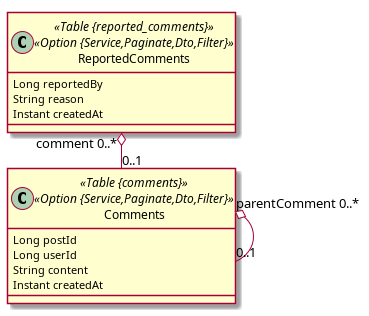
This is infra/db/jdl/comment_db.png from phungle2508/AppF4, a PlantUML export, as it was before one commit.
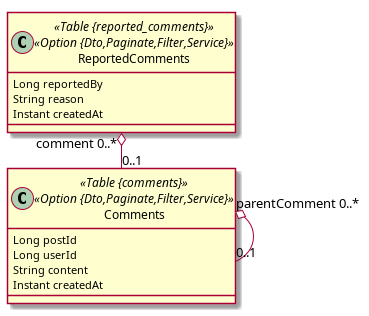
Later version of the same file.

What changed in the source:
```diff
@@ -1,13 +1,13 @@
 @startuml
 	!pragma layout smetana
 	!pragma syntax class
-	class Comments <<Table {comments}>><<Option {Service,Paginate,Dto,Filter}>> {
+	class Comments <<Table {comments}>><<Option {Dto,Paginate,Filter,Service}>> {
 		Long postId
 		Long userId
 		String content
 		Instant createdAt
 	}
-	class ReportedComments <<Table {reported_comments}>><<Option {Service,Paginate,Dto,Filter}>> {
+	class ReportedComments <<Table {reported_comments}>><<Option {Dto,Paginate,Filter,Service}>> {
 		Long reportedBy
 		String reason
 		Instant createdAt
```
